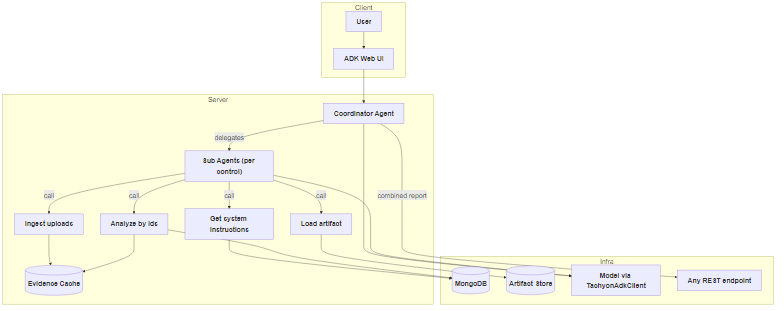
This is docs/architecture/overview.png from Damodar2295/ADK_react_integration, a Mermaid export, as it was before one commit. Its source is kept beside it as docs/architecture/overview.mmd. Its diagram source:
```mermaid
%%{init: {"themeVariables": {"fontSize": "20px", "fontFamily": "Arial"}} }%%
flowchart TB

  subgraph Client
    User["User"]
    UI["ADK Web UI"]
  end

  subgraph Server
    Coord["Coordinator Agent"]
    SubA["Sub Agents (per control)"]

    Ingest["Ingest uploads"]
    LoadArt["Load artifact"]
    Analyze["Analyze by ids"]
    GetInstr["Get system instructions"]

    Cache[("Evidence Cache")]
  end

  subgraph Infra
    Mongo[("MongoDB")]
    Artifacts[("Artifact Store")]
    Model["Model via TachyonAdkClient"]
    REST["Any REST endpoint"]
  end

  User --> UI
  UI --> Coord

  Coord -->|delegates| SubA

  SubA -->|call| GetInstr
  GetInstr --> Mongo

  SubA -->|call| Ingest
  Ingest --> Cache

  SubA -->|call| LoadArt
  LoadArt --> Artifacts

  SubA -->|call| Analyze
  Analyze --> Cache
  Analyze --> Mongo

  Coord --> Model
  SubA --> Model

  Coord -->|combined report| REST

  classDef bold font-weight:bold;
  class User,UI,Coord,SubA,Ingest,LoadArt,Analyze,GetInstr,Cache,Mongo,Artifacts,Model,REST bold
```
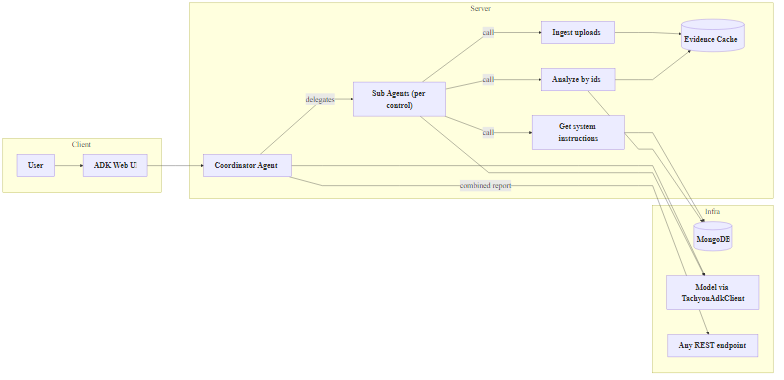
The same file after the commit.

Commit message:
architecture dia

Diff of the diagram source:
```diff
@@ -1,5 +1,5 @@
-%%{init: {"themeVariables": {"fontSize": "20px", "fontFamily": "Arial"}} }%%
-flowchart TB
+%%{init: {"flowchart": {"curve": "linear", "nodeSpacing": 70, "rankSpacing": 80}, "themeVariables": {"fontSize": "22px", "fontFamily": "Segoe UI, Verdana, Arial, sans-serif"}} }%%
+flowchart LR
 
   subgraph Client
     User["User"]
@@ -11,7 +11,6 @@
     SubA["Sub Agents (per control)"]
 
     Ingest["Ingest uploads"]
-    LoadArt["Load artifact"]
     Analyze["Analyze by ids"]
     GetInstr["Get system instructions"]
 
@@ -20,24 +19,17 @@
 
   subgraph Infra
     Mongo[("MongoDB")]
-    Artifacts[("Artifact Store")]
     Model["Model via TachyonAdkClient"]
     REST["Any REST endpoint"]
   end
 
-  User --> UI
-  UI --> Coord
-
-  Coord -->|delegates| SubA
+  User --> UI --> Coord -->|delegates| SubA
 
   SubA -->|call| GetInstr
   GetInstr --> Mongo
 
   SubA -->|call| Ingest
   Ingest --> Cache
-
-  SubA -->|call| LoadArt
-  LoadArt --> Artifacts
 
   SubA -->|call| Analyze
   Analyze --> Cache
@@ -49,4 +41,4 @@
   Coord -->|combined report| REST
 
   classDef bold font-weight:bold;
-  class User,UI,Coord,SubA,Ingest,LoadArt,Analyze,GetInstr,Cache,Mongo,Artifacts,Model,REST bold
+  class User,UI,Coord,SubA,Ingest,Analyze,GetInstr,Cache,Mongo,Model,REST bold
```
